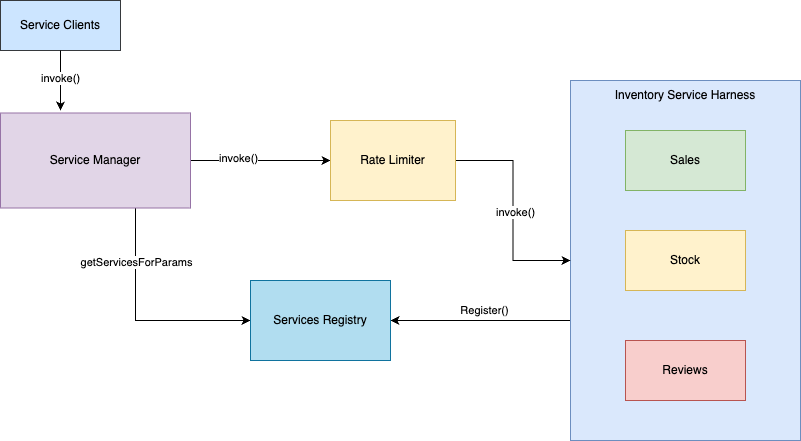
deepakrkris/samplespring keeps this draw.io diagram as docs/ServiceManagerUsecase.png. Above is the earlier version. Source tidied: cells renumbered, new cells last; positions are measured from the earlier drawing's top-left corner, leaving out a move shared by most shapes.
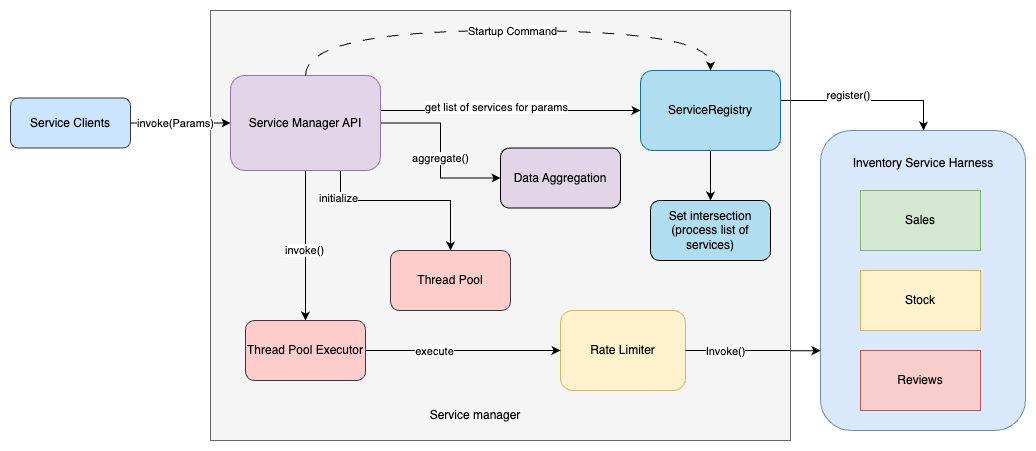
After the change.

What changed in the source:
```diff
@@ -2,67 +2,128 @@
   <root>
     <mxCell id="0" />
     <mxCell id="1" parent="0" />
-    <mxCell id="2" style="edgeStyle=orthogonalEdgeStyle;rounded=0;jettySize=auto;html=1;entryX=0;entryY=0.5;entryDx=0;entryDy=0;" parent="1" edge="1" source="6" target="16">
-      <mxGeometry relative="1" as="geometry">
-        <Array as="points">
-          <mxPoint x="135" y="320" />
-        </Array>
-      </mxGeometry>
-    </mxCell>
-    <mxCell id="3" value="getServicesForParams" style="edgeLabel;html=1;align=center;verticalAlign=middle;" parent="2" vertex="1">
-      <mxGeometry x="-0.52" y="1" relative="1" as="geometry" />
-    </mxCell>
-    <mxCell id="4" style="edgeStyle=orthogonalEdgeStyle;rounded=0;jettySize=auto;html=1;entryX=0;entryY=0.5;entryDx=0;entryDy=0;" parent="1" edge="1" source="6" target="15">
-      <mxGeometry relative="1" as="geometry" />
-    </mxCell>
-    <mxCell id="5" value="invoke()" style="edgeLabel;html=1;align=center;verticalAlign=middle;" parent="4" vertex="1">
-      <mxGeometry x="-0.31" y="2" relative="1" as="geometry" />
-    </mxCell>
+    <mxCell id="20" style="rounded=0;whiteSpace=wrap;html=1;fillColor=#f5f5f5;fontColor=#333333;strokeColor=#666666;" parent="1" vertex="1">
+      <mxGeometry x="-110" y="40" width="580" height="430" as="geometry" />
+    </mxCell>
+    <mxCell id="21" style="edgeStyle=orthogonalEdgeStyle;rounded=0;jettySize=auto;html=1;entryX=0;entryY=0.5;entryDx=0;entryDy=0;" parent="1" edge="1" source="6" target="16">
+      <mxGeometry relative="1" as="geometry">
+        <Array as="points">
+          <mxPoint x="130" y="140" />
+          <mxPoint x="130" y="140" />
+        </Array>
+      </mxGeometry>
+    </mxCell>
+    <mxCell id="22" value="get list of services for params" style="edgeLabel;html=1;align=center;verticalAlign=middle;" parent="21" vertex="1">
+      <mxGeometry x="-0.12" y="3" relative="1" as="geometry" />
+    </mxCell>
+    <mxCell id="23" style="edgeStyle=orthogonalEdgeStyle;rounded=0;jettySize=auto;html=1;entryX=0.5;entryY=0;entryDx=0;entryDy=0;" parent="1" edge="1" source="6" target="32">
+      <mxGeometry relative="1" as="geometry">
+        <Array as="points">
+          <mxPoint x="20" y="230" />
+          <mxPoint x="130" y="230" />
+        </Array>
+      </mxGeometry>
+    </mxCell>
+    <mxCell id="24" value="initialize" style="edgeLabel;html=1;align=center;verticalAlign=middle;" parent="23" vertex="1">
+      <mxGeometry x="-0.71" y="-2" relative="1" as="geometry" />
+    </mxCell>
+    <mxCell id="25" style="edgeStyle=orthogonalEdgeStyle;rounded=0;jettySize=auto;html=1;entryX=0.5;entryY=0;entryDx=0;entryDy=0;" parent="1" edge="1" source="6" target="36">
+      <mxGeometry relative="1" as="geometry" />
+    </mxCell>
+    <mxCell id="26" value="invoke()" style="edgeLabel;html=1;align=center;verticalAlign=middle;" parent="25" vertex="1">
+      <mxGeometry x="0.05" y="-1" relative="1" as="geometry" />
+    </mxCell>
+    <mxCell id="27" style="edgeStyle=orthogonalEdgeStyle;rounded=0;jettySize=auto;html=1;entryX=0;entryY=0.5;entryDx=0;entryDy=0;" parent="1" edge="1" source="6" target="40">
+      <mxGeometry relative="1" as="geometry" />
+    </mxCell>
+    <mxCell id="28" value="aggregate()" style="edgeLabel;html=1;align=center;verticalAlign=middle;" parent="27" vertex="1">
+      <mxGeometry x="0.09" relative="1" as="geometry" />
+    </mxCell>
-    <mxCell id="6" value="Service Manager" style="rounded=0;whiteSpace=wrap;html=1;fillColor=#e1d5e7;strokeColor=#9673a6;" parent="1" vertex="1">
-      <mxGeometry y="112.5" width="190" height="95" as="geometry" />
+    <mxCell id="6" value="Service Manager API" style="rounded=1;whiteSpace=wrap;html=1;fillColor=#e1d5e7;strokeColor=#9673a6;" parent="1" vertex="1">
+      <mxGeometry x="-90" y="105" width="150" height="95" as="geometry" />
     </mxCell>
-    <mxCell id="7" value="Register()" style="edgeStyle=orthogonalEdgeStyle;rounded=0;jettySize=auto;html=1;exitX=0;exitY=0.75;exitDx=0;exitDy=0;entryX=1;entryY=0.5;entryDx=0;entryDy=0;" parent="1" edge="1" source="8" target="16">
-      <mxGeometry x="0.3" y="-10" relative="1" as="geometry">
-        <Array as="points">
-          <mxPoint x="590" y="360" />
-        </Array>
-      </mxGeometry>
-    </mxCell>
-    <mxCell id="8" style="rounded=0;whiteSpace=wrap;html=1;fillColor=#dae8fc;strokeColor=#6c8ebf;" parent="1" vertex="1">
-      <mxGeometry x="570" y="80" width="230" height="360" as="geometry" />
+    <mxCell id="8" style="rounded=1;whiteSpace=wrap;html=1;fillColor=#dae8fc;strokeColor=#6c8ebf;" parent="1" vertex="1">
+      <mxGeometry x="500" y="160" width="205" height="300" as="geometry" />
     </mxCell>
     <mxCell id="9" value="Sales" style="rounded=0;whiteSpace=wrap;html=1;fillColor=#d5e8d4;strokeColor=#82b366;" parent="1" vertex="1">
-      <mxGeometry x="625" y="130" width="120" height="60" as="geometry" />
+      <mxGeometry x="540" y="220" width="120" height="60" as="geometry" />
     </mxCell>
     <mxCell id="10" value="Inventory Service Harness" style="text;html=1;strokeColor=none;fillColor=none;align=center;verticalAlign=middle;whiteSpace=wrap;rounded=0;" parent="1" vertex="1">
-      <mxGeometry x="600" y="80" width="170" height="30" as="geometry" />
+      <mxGeometry x="517.5" y="177.5" width="170" height="30" as="geometry" />
     </mxCell>
     <mxCell id="11" value="Stock" style="rounded=0;whiteSpace=wrap;html=1;fillColor=#fff2cc;strokeColor=#d6b656;" parent="1" vertex="1">
-      <mxGeometry x="625" y="230" width="120" height="60" as="geometry" />
+      <mxGeometry x="540" y="300" width="120" height="60" as="geometry" />
     </mxCell>
     <mxCell id="12" value="Reviews" style="rounded=0;whiteSpace=wrap;html=1;fillColor=#f8cecc;strokeColor=#b85450;" parent="1" vertex="1">
-      <mxGeometry x="625" y="340" width="120" height="60" as="geometry" />
+      <mxGeometry x="540" y="380" width="120" height="60" as="geometry" />
     </mxCell>
-    <mxCell id="13" style="edgeStyle=orthogonalEdgeStyle;rounded=0;jettySize=auto;html=1;entryX=0;entryY=0.5;entryDx=0;entryDy=0;" parent="1" edge="1" source="15" target="8">
-      <mxGeometry relative="1" as="geometry" />
-    </mxCell>
-    <mxCell id="14" value="invoke()" style="edgeLabel;html=1;align=center;verticalAlign=middle;" parent="13" vertex="1">
-      <mxGeometry x="0.01" y="2" relative="1" as="geometry" />
-    </mxCell>
-    <mxCell id="15" value="Rate Limiter" style="rounded=0;whiteSpace=wrap;html=1;fillColor=#fff2cc;strokeColor=#d6b656;" parent="1" vertex="1">
-      <mxGeometry x="330" y="120" width="125" height="80" as="geometry" />
+    <mxCell id="15" value="Rate Limiter" style="rounded=1;whiteSpace=wrap;html=1;fillColor=#fff2cc;strokeColor=#d6b656;" parent="1" vertex="1">
+      <mxGeometry x="240" y="340" width="125" height="80" as="geometry" />
     </mxCell>
+    <mxCell id="29" style="edgeStyle=orthogonalEdgeStyle;rounded=0;jettySize=auto;html=1;entryX=0.5;entryY=0;entryDx=0;entryDy=0;exitX=1;exitY=0.5;exitDx=0;exitDy=0;" parent="1" edge="1" source="16" target="8">
+      <mxGeometry relative="1" as="geometry">
+        <Array as="points">
+          <mxPoint x="460" y="130" />
+          <mxPoint x="603" y="130" />
+          <mxPoint x="603" y="160" />
+        </Array>
+      </mxGeometry>
+    </mxCell>
+    <mxCell id="30" value="register()" style="edgeLabel;html=1;align=center;verticalAlign=middle;" parent="29" vertex="1">
+      <mxGeometry x="-0.15" y="5" relative="1" as="geometry" />
+    </mxCell>
+    <mxCell id="31" style="edgeStyle=orthogonalEdgeStyle;rounded=0;jettySize=auto;html=1;entryX=0.5;entryY=0;entryDx=0;entryDy=0;" parent="1" edge="1" source="16" target="39">
+      <mxGeometry relative="1" as="geometry" />
+    </mxCell>
-    <mxCell id="16" value="Services Registry" style="rounded=0;whiteSpace=wrap;html=1;fillColor=#b1ddf0;strokeColor=#10739e;" parent="1" vertex="1">
-      <mxGeometry x="250" y="280" width="140" height="80" as="geometry" />
+    <mxCell id="16" value="ServiceRegistry" style="rounded=1;whiteSpace=wrap;html=1;fillColor=#b1ddf0;strokeColor=#10739e;" parent="1" vertex="1">
+      <mxGeometry x="320" y="100" width="140" height="80" as="geometry" />
     </mxCell>
-    <mxCell id="17" value="Service Clients" style="rounded=0;whiteSpace=wrap;html=1;fillColor=#cce5ff;strokeColor=#36393d;" parent="1" vertex="1">
-      <mxGeometry width="120" height="50" as="geometry" />
+    <mxCell id="17" value="Service Clients" style="rounded=1;whiteSpace=wrap;html=1;fillColor=#cce5ff;strokeColor=#36393d;gradientColor=none;" parent="1" vertex="1">
+      <mxGeometry x="-310" y="127.5" width="120" height="50" as="geometry" />
     </mxCell>
-    <mxCell id="18" style="edgeStyle=orthogonalEdgeStyle;rounded=0;jettySize=auto;html=1;entryX=0.316;entryY=-0.026;entryDx=0;entryDy=0;entryPerimeter=0;" parent="1" edge="1" source="17" target="6">
+    <mxCell id="18" style="edgeStyle=orthogonalEdgeStyle;rounded=0;jettySize=auto;html=1;entryX=0;entryY=0.5;entryDx=0;entryDy=0;" parent="1" edge="1" source="17" target="6">
       <mxGeometry relative="1" as="geometry" />
     </mxCell>
-    <mxCell id="19" value="invoke()" style="edgeLabel;html=1;align=center;verticalAlign=middle;" parent="18" vertex="1">
+    <mxCell id="19" value="invoke(Params)" style="edgeLabel;html=1;align=center;verticalAlign=middle;" parent="18" vertex="1">
       <mxGeometry x="-0.11" relative="1" as="geometry" />
     </mxCell>
+    <mxCell id="32" value="Thread Pool" style="rounded=1;whiteSpace=wrap;html=1;fillColor=#ffcccc;strokeColor=#36393d;" parent="1" vertex="1">
+      <mxGeometry x="70" y="280" width="120" height="60" as="geometry" />
+    </mxCell>
+    <mxCell id="13" style="edgeStyle=orthogonalEdgeStyle;rounded=0;jettySize=auto;html=1;entryX=0;entryY=0.734;entryDx=0;entryDy=0;entryPerimeter=0;" parent="1" edge="1" source="15" target="8">
+      <mxGeometry relative="1" as="geometry" />
+    </mxCell>
+    <mxCell id="33" value="Invoke()" style="edgeLabel;html=1;align=center;verticalAlign=middle;" parent="13" vertex="1">
+      <mxGeometry x="-0.41" y="-1" relative="1" as="geometry" />
+    </mxCell>
+    <mxCell id="34" style="edgeStyle=orthogonalEdgeStyle;rounded=0;jettySize=auto;html=1;entryX=0;entryY=0.5;entryDx=0;entryDy=0;" parent="1" edge="1" source="36" target="15">
+      <mxGeometry relative="1" as="geometry" />
+    </mxCell>
+    <mxCell id="35" value="execute" style="edgeLabel;html=1;align=center;verticalAlign=middle;" parent="34" vertex="1">
+      <mxGeometry x="-0.29" y="-1" relative="1" as="geometry" />
+    </mxCell>
+    <mxCell id="36" value="Thread Pool Executor" style="rounded=1;whiteSpace=wrap;html=1;fillColor=#ffcccc;strokeColor=#36393d;" parent="1" vertex="1">
+      <mxGeometry x="-75" y="350" width="120" height="60" as="geometry" />
+    </mxCell>
+    <mxCell id="37" style="edgeStyle=orthogonalEdgeStyle;rounded=0;jettySize=auto;html=1;entryX=0.5;entryY=0;entryDx=0;entryDy=0;curved=1;dashed=1;dashPattern=12 12;" parent="1" edge="1" source="6" target="16">
+      <mxGeometry relative="1" as="geometry">
+        <Array as="points">
+          <mxPoint x="-15" y="60" />
+          <mxPoint x="390" y="60" />
+        </Array>
+      </mxGeometry>
+    </mxCell>
+    <mxCell id="38" value="Startup Command" style="edgeLabel;html=1;align=center;verticalAlign=middle;" parent="37" vertex="1">
+      <mxGeometry x="0.03" y="-1" relative="1" as="geometry" />
+    </mxCell>
+    <mxCell id="39" value="Set intersection&lt;br&gt;(process list of services)" style="rounded=1;whiteSpace=wrap;html=1;fillColor=#B1DDF0;" parent="1" vertex="1">
+      <mxGeometry x="330" y="230" width="120" height="60" as="geometry" />
+    </mxCell>
+    <mxCell id="40" value="Data Aggregation" style="rounded=1;whiteSpace=wrap;html=1;fillColor=#E1D5E7;" parent="1" vertex="1">
+      <mxGeometry x="180" y="177.5" width="120" height="60" as="geometry" />
+    </mxCell>
+    <mxCell id="41" value="Service manager" style="text;html=1;strokeColor=none;fillColor=none;align=center;verticalAlign=middle;whiteSpace=wrap;rounded=0;" parent="1" vertex="1">
+      <mxGeometry x="70" y="430" width="170" height="30" as="geometry" />
+    </mxCell>
   </root>
 </mxGraphModel>
```
